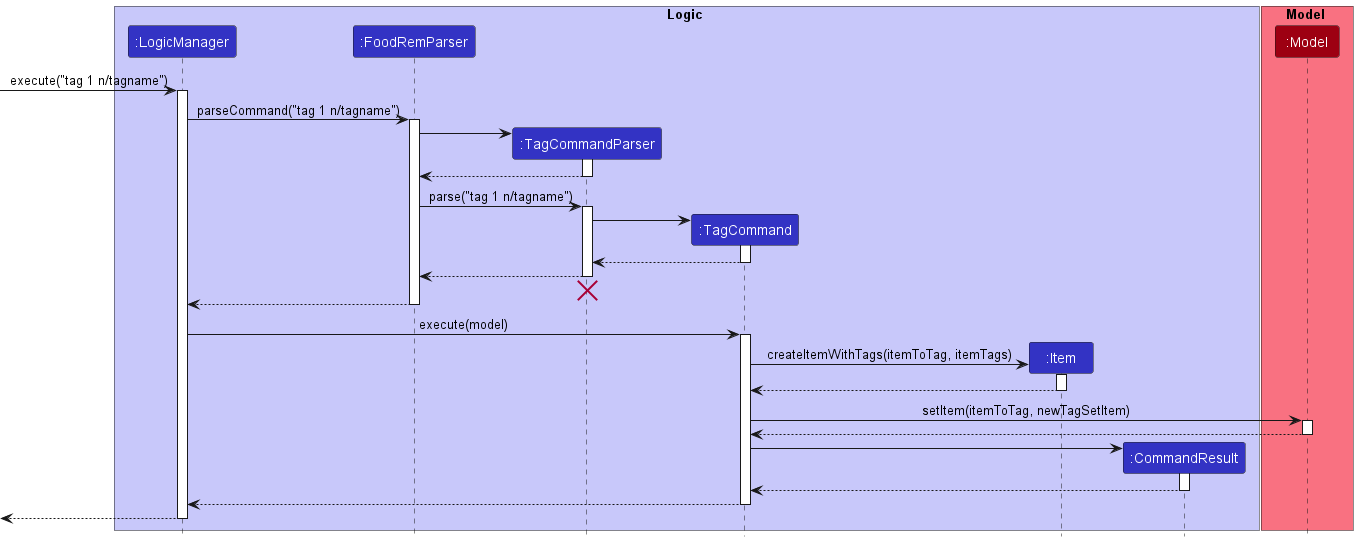
Earlier version of the PlantUML export docs/images/TagSequenceDiagram.png (nus-cs2103-AY2223S1/tp).
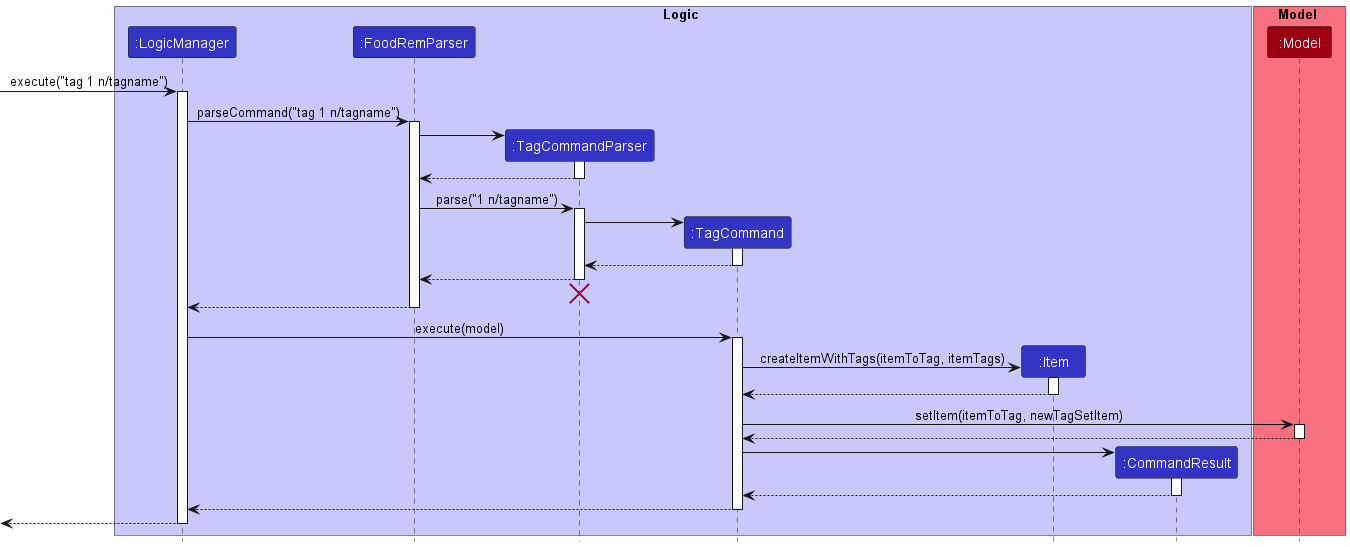
Above is the later version.

Commit message:
Fix error in sequence diagrams for tag functions

What changed in the source:
```diff
@@ -28,7 +28,7 @@
 TagCommandParser --> FoodRemParser
 deactivate TagCommandParser
 
-FoodRemParser -> TagCommandParser : parse("tag 1 n/tagname")
+FoodRemParser -> TagCommandParser : parse("1 n/tagname")
 activate TagCommandParser
 
 create TagCommand
```
